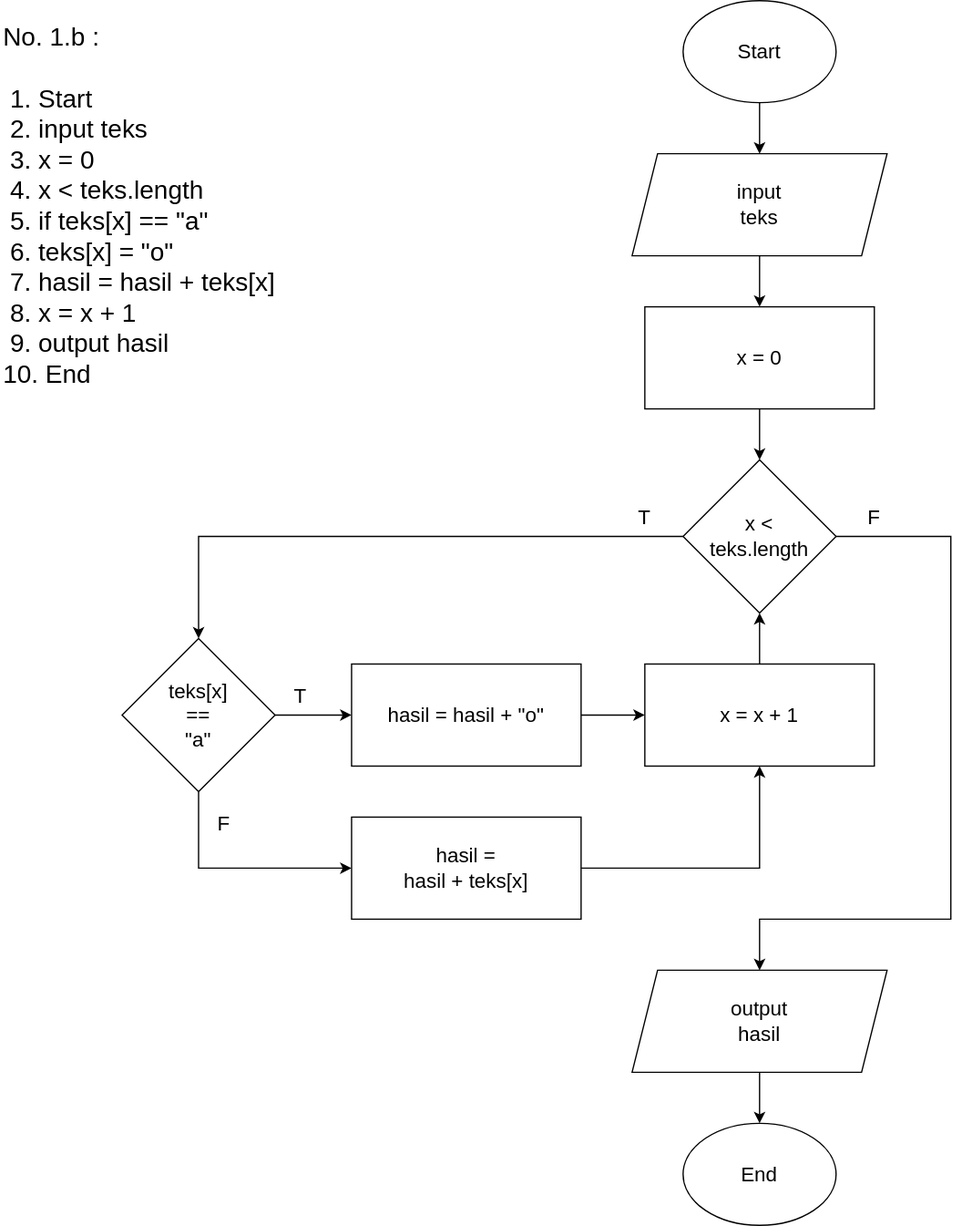
The draw.io diagram WEEK-2/flowchart1b.drawio.svg in afif-buchori/fw14-afif-buchori, before a commit. Source tidied: cells renumbered, new cells last; positions are measured from the earlier drawing's top-left corner, leaving out a move shared by most shapes.
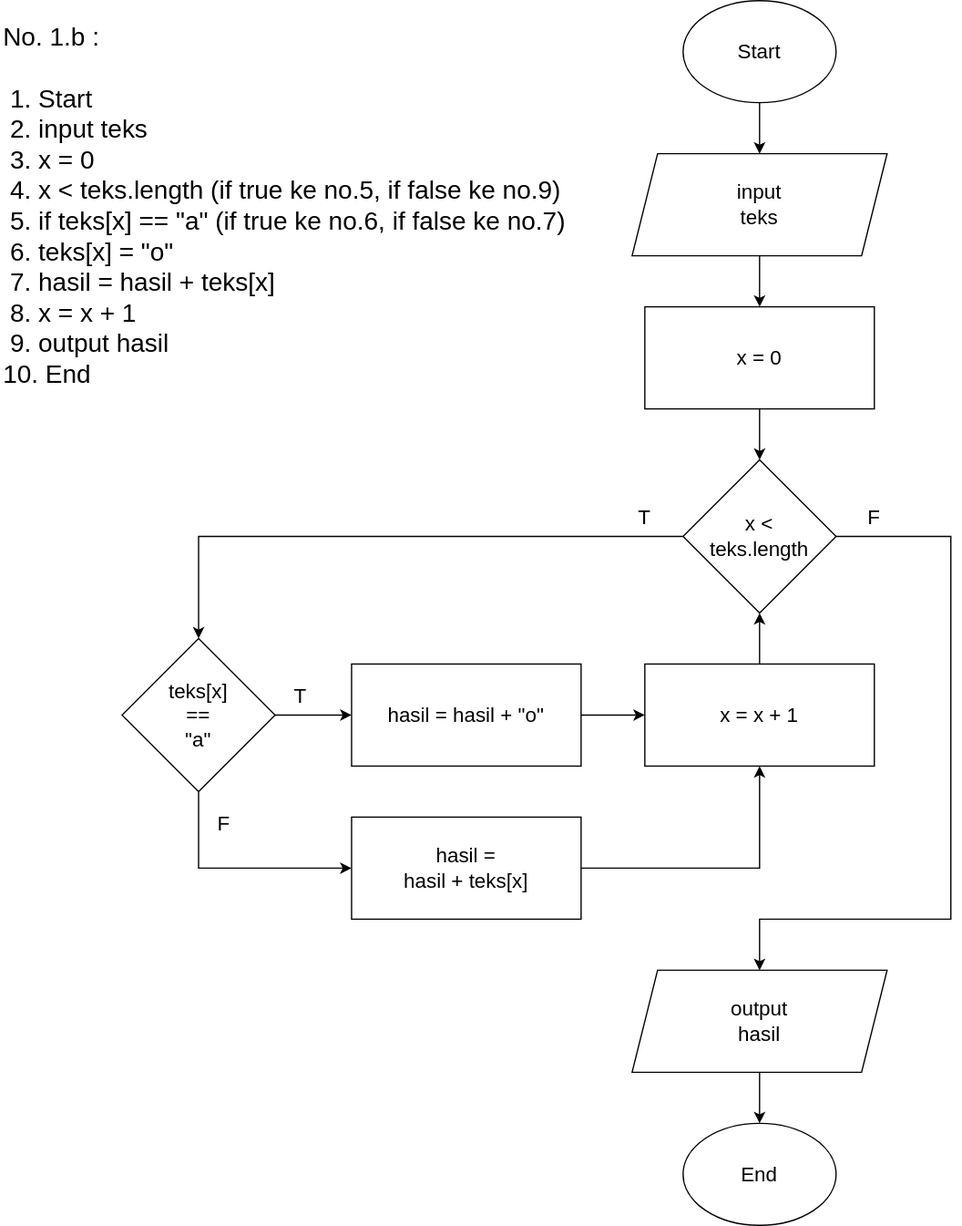
The same file after the commit.

Commit message:
fix revisi algoritma dan flowchart, dan merubah remove class dalam javascript

Change to the diagram source:
```diff
@@ -2,8 +2,8 @@
   <root>
     <mxCell id="0" />
     <mxCell id="1" parent="0" />
-    <mxCell id="2" value="No. 1.b :&lt;br&gt;&lt;br style=&quot;border-color: var(--border-color); font-size: 20px;&quot;&gt;&lt;span style=&quot;font-size: 20px;&quot;&gt;&amp;nbsp;1. Start&lt;/span&gt;&lt;br style=&quot;border-color: var(--border-color); font-size: 20px;&quot;&gt;&lt;span style=&quot;font-size: 20px;&quot;&gt;&amp;nbsp;2. input teks&lt;/span&gt;&lt;br style=&quot;border-color: var(--border-color); font-size: 20px;&quot;&gt;&lt;span style=&quot;font-size: 20px;&quot;&gt;&amp;nbsp;3. x = 0&lt;/span&gt;&lt;br style=&quot;border-color: var(--border-color); font-size: 20px;&quot;&gt;&lt;span style=&quot;font-size: 20px;&quot;&gt;&amp;nbsp;4. x &amp;lt; teks.length&lt;/span&gt;&lt;br style=&quot;border-color: var(--border-color); font-size: 20px;&quot;&gt;&lt;span style=&quot;font-size: 20px;&quot;&gt;&amp;nbsp;5. if teks[x] == &quot;a&quot;&lt;/span&gt;&lt;br style=&quot;border-color: var(--border-color); font-size: 20px;&quot;&gt;&lt;span style=&quot;font-size: 20px;&quot;&gt;&amp;nbsp;6. teks[x] = &quot;o&quot;&lt;/span&gt;&lt;br style=&quot;border-color: var(--border-color); font-size: 20px;&quot;&gt;&lt;span style=&quot;font-size: 20px;&quot;&gt;&amp;nbsp;7. hasil = hasil + teks[x]&lt;br&gt;&amp;nbsp;8. x = x + 1&lt;/span&gt;&lt;br style=&quot;border-color: var(--border-color); font-size: 20px;&quot;&gt;&lt;span style=&quot;font-size: 20px;&quot;&gt;&amp;nbsp;9. output hasil&lt;/span&gt;&lt;br style=&quot;border-color: var(--border-color); font-size: 20px;&quot;&gt;&lt;span style=&quot;font-size: 20px;&quot;&gt;10. End&lt;/span&gt;" style="text;html=1;strokeColor=none;fillColor=none;align=left;verticalAlign=middle;whiteSpace=wrap;rounded=0;fontSize=20;" parent="1" vertex="1">
-      <mxGeometry width="410" height="320" as="geometry" />
+    <mxCell id="2" value="No. 1.b :&lt;br&gt;&lt;br style=&quot;border-color: var(--border-color); font-size: 20px;&quot;&gt;&lt;span style=&quot;font-size: 20px;&quot;&gt;&amp;nbsp;1. Start&lt;/span&gt;&lt;br style=&quot;border-color: var(--border-color); font-size: 20px;&quot;&gt;&lt;span style=&quot;font-size: 20px;&quot;&gt;&amp;nbsp;2. input teks&lt;/span&gt;&lt;br style=&quot;border-color: var(--border-color); font-size: 20px;&quot;&gt;&lt;span style=&quot;font-size: 20px;&quot;&gt;&amp;nbsp;3. x = 0&lt;/span&gt;&lt;br style=&quot;border-color: var(--border-color); font-size: 20px;&quot;&gt;&lt;span style=&quot;font-size: 20px;&quot;&gt;&amp;nbsp;4. x &amp;lt; teks.length (if true ke no.5, if false ke no.9)&lt;/span&gt;&lt;br style=&quot;border-color: var(--border-color); font-size: 20px;&quot;&gt;&lt;span style=&quot;font-size: 20px;&quot;&gt;&amp;nbsp;5. if teks[x] == &quot;a&quot; (if true ke no.6, if false ke no.7)&lt;/span&gt;&lt;br style=&quot;border-color: var(--border-color); font-size: 20px;&quot;&gt;&lt;span style=&quot;font-size: 20px;&quot;&gt;&amp;nbsp;6. teks[x] = &quot;o&quot;&lt;/span&gt;&lt;br style=&quot;border-color: var(--border-color); font-size: 20px;&quot;&gt;&lt;span style=&quot;font-size: 20px;&quot;&gt;&amp;nbsp;7. hasil = hasil + teks[x]&lt;br&gt;&amp;nbsp;8. x = x + 1&lt;/span&gt;&lt;br style=&quot;border-color: var(--border-color); font-size: 20px;&quot;&gt;&lt;span style=&quot;font-size: 20px;&quot;&gt;&amp;nbsp;9. output hasil&lt;/span&gt;&lt;br style=&quot;border-color: var(--border-color); font-size: 20px;&quot;&gt;&lt;span style=&quot;font-size: 20px;&quot;&gt;10. End&lt;/span&gt;" style="text;html=1;strokeColor=none;fillColor=none;align=left;verticalAlign=middle;whiteSpace=wrap;rounded=0;fontSize=20;" parent="1" vertex="1">
+      <mxGeometry width="485" height="320" as="geometry" />
     </mxCell>
     <mxCell id="3" style="edgeStyle=orthogonalEdgeStyle;rounded=0;jettySize=auto;html=1;fontSize=16;" parent="1" edge="1" source="4" target="6">
       <mxGeometry relative="1" as="geometry" />
```
